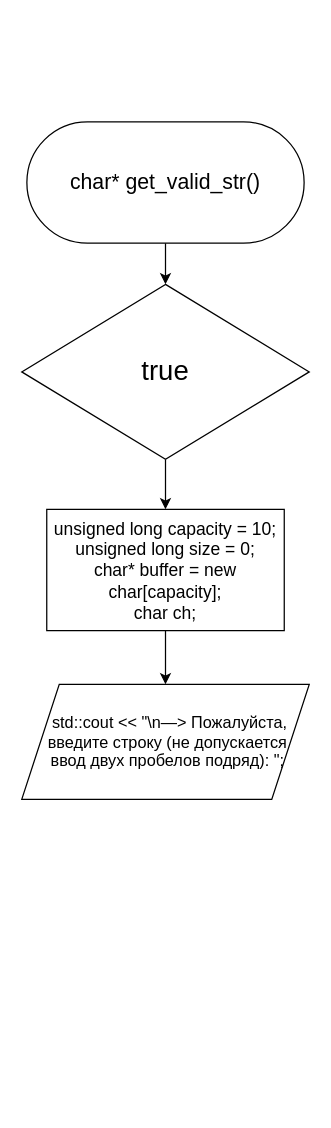
Before: LAB7_get_valid_str.drawio in kravecila28-ops/Block-diagram_templates, a draw.io diagram. Source tidied: cells renumbered, new cells numbered last; positions are measured from the earlier drawing's top-left corner, leaving out a move shared by most shapes. Both pictures are drawn from the tidied source at 125%, with x=0, y=0 at pixel (21, 121).
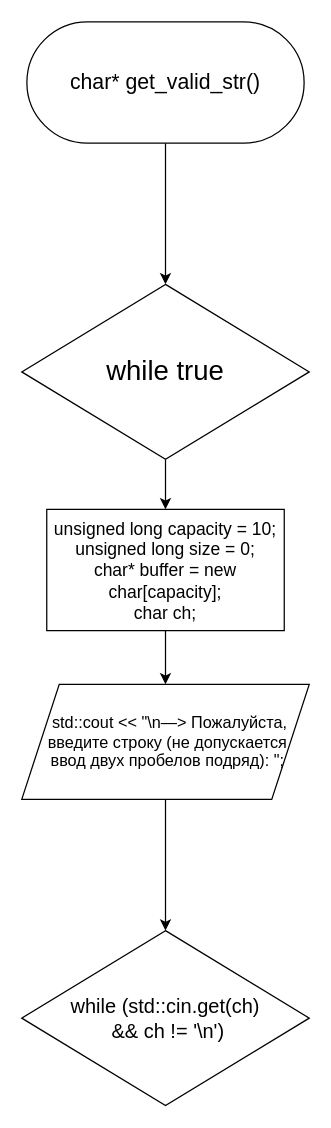
Above is the later version.

Diff of the diagram source:
```diff
@@
 <mxGraphModel>
   <root>
     <mxCell id="0" />
     <mxCell id="1" parent="0" />
     <mxCell id="2" style="edgeStyle=orthogonalEdgeStyle;rounded=0;jettySize=auto;html=1;exitX=0.5;exitY=1;exitDx=0;exitDy=0;entryX=0.5;entryY=0;entryDx=0;entryDy=0;" parent="1" edge="1" source="3" target="5">
       <mxGeometry relative="1" as="geometry" />
     </mxCell>
     <mxCell id="3" value="&lt;font style=&quot;font-size: 17px;&quot;&gt;char* get_valid_str()&lt;/font&gt;" style="rounded=1;whiteSpace=wrap;html=1;arcSize=50;labelBackgroundColor=none;" parent="1" vertex="1">
-      <mxGeometry x="4" width="221.8" height="97" as="geometry" />
+      <mxGeometry x="4" y="-80" width="221.8" height="97" as="geometry" />
     </mxCell>
     <mxCell id="4" style="edgeStyle=orthogonalEdgeStyle;rounded=0;jettySize=auto;html=1;exitX=0.5;exitY=1;exitDx=0;exitDy=0;entryX=0.5;entryY=0;entryDx=0;entryDy=0;" parent="1" edge="1" source="5" target="7">
       <mxGeometry relative="1" as="geometry" />
     </mxCell>
-    <mxCell id="5" value="&lt;font style=&quot;font-size: 22px;&quot;&gt;true&lt;/font&gt;" style="rhombus;whiteSpace=wrap;html=1;labelBackgroundColor=none;" parent="1" vertex="1">
+    <mxCell id="5" value="&lt;font style=&quot;font-size: 22px;&quot;&gt;while true&lt;/font&gt;" style="rhombus;whiteSpace=wrap;html=1;labelBackgroundColor=none;" parent="1" vertex="1">
       <mxGeometry x="-0.1" y="130" width="230" height="140" as="geometry" />
     </mxCell>
     <mxCell id="6" style="edgeStyle=orthogonalEdgeStyle;rounded=0;jettySize=auto;html=1;exitX=0.5;exitY=1;exitDx=0;exitDy=0;entryX=0.5;entryY=0;entryDx=0;entryDy=0;" parent="1" edge="1" source="7" target="8">
       <mxGeometry relative="1" as="geometry" />
     </mxCell>
     <mxCell id="7" value="&lt;div&gt;&lt;font style=&quot;font-size: 14px;&quot;&gt;unsigned long capacity = 10;&lt;/font&gt;&lt;/div&gt;&lt;div&gt;&lt;font style=&quot;font-size: 14px;&quot;&gt;unsigned long size = 0;&lt;/font&gt;&lt;/div&gt;&lt;div&gt;&lt;font style=&quot;font-size: 14px;&quot;&gt;char* buffer = new char[capacity];&lt;/font&gt;&lt;/div&gt;&lt;div&gt;&lt;font style=&quot;font-size: 14px;&quot;&gt;char ch;&lt;/font&gt;&lt;/div&gt;" style="rounded=0;whiteSpace=wrap;html=1;labelBackgroundColor=none;" parent="1" vertex="1">
       <mxGeometry x="19.9" y="310" width="190" height="97" as="geometry" />
     </mxCell>
+    <mxCell id="9" style="edgeStyle=orthogonalEdgeStyle;rounded=0;jettySize=auto;html=1;exitX=0.5;exitY=1;exitDx=0;exitDy=0;entryX=0.5;entryY=0;entryDx=0;entryDy=0;" parent="1" edge="1" source="8" target="10">
+      <mxGeometry relative="1" as="geometry" />
+    </mxCell>
     <mxCell id="8" value="&lt;font style=&quot;font-size: 13px;&quot;&gt;&amp;nbsp; std::cout &amp;lt;&amp;lt; &quot;\n—&amp;gt; Пожалуйста,&lt;/font&gt;&lt;div&gt;&lt;font style=&quot;font-size: 13px;&quot;&gt;&amp;nbsp;введите строку (не допускается&lt;/font&gt;&lt;/div&gt;&lt;div&gt;&lt;font style=&quot;font-size: 13px;&quot;&gt;&amp;nbsp;ввод двух пробелов подряд): &quot;;&lt;/font&gt;&lt;/div&gt;" style="shape=parallelogram;perimeter=parallelogramPerimeter;whiteSpace=wrap;html=1;fixedSize=1;labelBackgroundColor=none;size=30;" parent="1" vertex="1">
       <mxGeometry x="-0.1" y="450" width="230" height="92" as="geometry" />
     </mxCell>
+    <mxCell id="10" value="&lt;font style=&quot;font-size: 16px;&quot;&gt;while (std::cin.get(ch)&lt;/font&gt;&lt;div&gt;&lt;font style=&quot;font-size: 16px;&quot;&gt;&amp;nbsp;&amp;amp;&amp;amp; ch != '\n')&lt;/font&gt;&lt;/div&gt;" style="rhombus;whiteSpace=wrap;html=1;labelBackgroundColor=none;" parent="1" vertex="1">
+      <mxGeometry x="-0.1" y="647" width="230" height="140" as="geometry" />
+    </mxCell>
   </root>
 </mxGraphModel>
```
